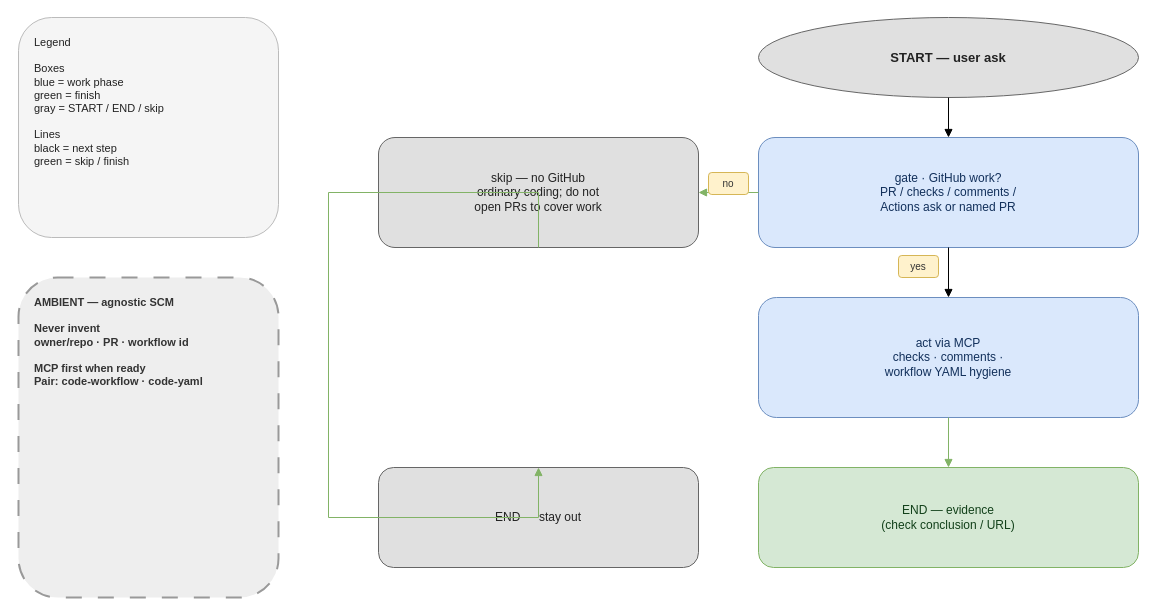
nodadyoushutup/marketplace keeps this draw.io diagram as plugins/github/docs/github-workflow.drawio. Above is the earlier version. Source tidied: cells renumbered, new cells numbered last; positions are measured from the earlier drawing's top-left corner, leaving out a move shared by most shapes. Both pictures are drawn from the tidied source at 100%, with x=0, y=0 at pixel (18, 17).
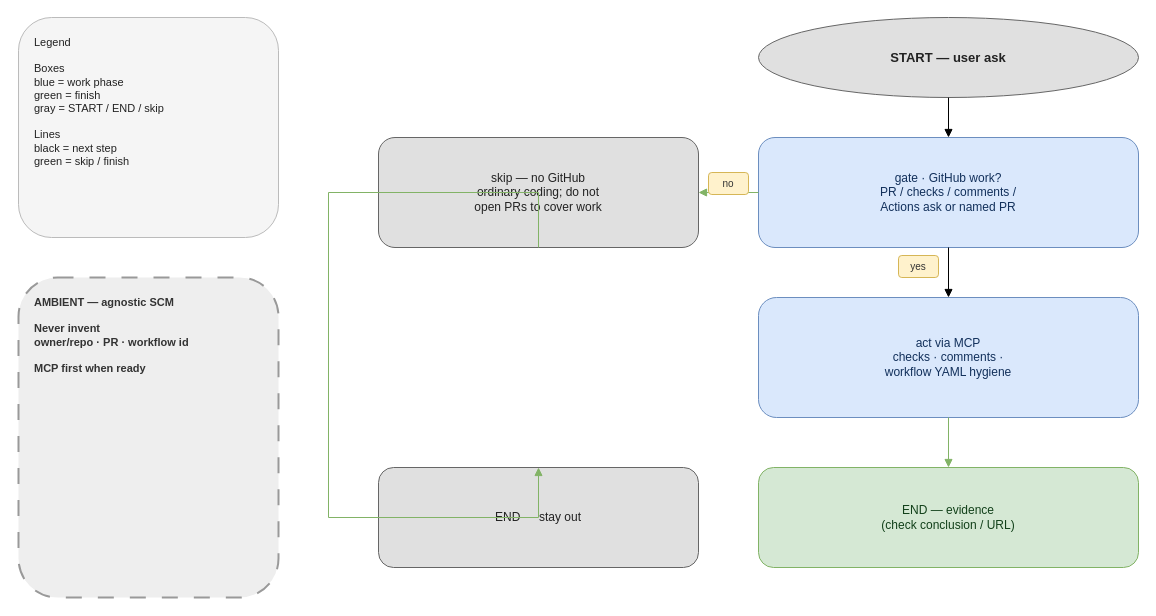
After the change.

The edit, as a diff of the source:
```diff
@@
 <mxGraphModel>
   <root>
     <mxCell id="0" />
     <mxCell id="1" parent="0" />
     <mxCell id="2" value="Legend&#10;&#10;Boxes&#10;blue = work phase&#10;green = finish&#10;gray = START / END / skip&#10;&#10;Lines&#10;black = next step&#10;green = skip / finish" style="rounded=1;whiteSpace=wrap;html=1;align=left;verticalAlign=top;spacingLeft=14;spacingRight=14;spacingTop=12;spacingBottom=12;fontSize=11;fillColor=#f5f5f5;strokeColor=#bbbbbb;fontColor=#222222;" parent="1" vertex="1">
       <mxGeometry width="260" height="220" as="geometry" />
     </mxCell>
-    <mxCell id="3" value="AMBIENT — agnostic SCM&#10;&#10;Never invent&#10;owner/repo · PR · workflow id&#10;&#10;MCP first when ready&#10;Pair: code-workflow · code-yaml" style="rounded=1;whiteSpace=wrap;html=1;dashed=1;dashPattern=8 8;align=left;verticalAlign=top;spacingLeft=14;spacingRight=14;spacingTop=12;spacingBottom=12;fontSize=11;fontStyle=1;fillColor=#eeeeee;strokeColor=#999999;strokeWidth=2;fontColor=#333333;" parent="1" vertex="1">
+    <mxCell id="3" value="AMBIENT — agnostic SCM&#10;&#10;Never invent&#10;owner/repo · PR · workflow id&#10;&#10;MCP first when ready&#10;" style="rounded=1;whiteSpace=wrap;html=1;dashed=1;dashPattern=8 8;align=left;verticalAlign=top;spacingLeft=14;spacingRight=14;spacingTop=12;spacingBottom=12;fontSize=11;fontStyle=1;fillColor=#eeeeee;strokeColor=#999999;strokeWidth=2;fontColor=#333333;" parent="1" vertex="1">
       <mxGeometry y="260" width="260" height="320" as="geometry" />
     </mxCell>
     <mxCell id="4" value="START — user ask" style="ellipse;whiteSpace=wrap;html=1;align=center;verticalAlign=middle;fontSize=13;fontStyle=1;fillColor=#e0e0e0;strokeColor=#666666;fontColor=#222222;" parent="1" vertex="1">
       <mxGeometry x="740" width="380" height="80" as="geometry" />
     </mxCell>
     <mxCell id="5" value="gate · GitHub work?&#10;PR / checks / comments /&#10;Actions ask or named PR" style="rounded=1;whiteSpace=wrap;html=1;align=center;verticalAlign=middle;spacingLeft=12;spacingRight=12;fontSize=12;fillColor=#dae8fc;strokeColor=#6c8ebf;fontColor=#12305B;" parent="1" vertex="1">
       <mxGeometry x="740" y="120" width="380" height="110" as="geometry" />
     </mxCell>
     <mxCell id="6" value="skip — no GitHub&#10;ordinary coding; do not&#10;open PRs to cover work" style="rounded=1;whiteSpace=wrap;html=1;align=center;verticalAlign=middle;spacingLeft=12;spacingRight=12;fontSize=12;fillColor=#e0e0e0;strokeColor=#666666;fontColor=#222222;" parent="1" vertex="1">
       <mxGeometry x="360" y="120" width="320" height="110" as="geometry" />
     </mxCell>
     <mxCell id="7" value="act via MCP&#10;checks · comments ·&#10;workflow YAML hygiene" style="rounded=1;whiteSpace=wrap;html=1;align=center;verticalAlign=middle;spacingLeft=12;spacingRight=12;fontSize=12;fillColor=#dae8fc;strokeColor=#6c8ebf;fontColor=#12305B;" parent="1" vertex="1">
       <mxGeometry x="740" y="280" width="380" height="120" as="geometry" />
     </mxCell>
     <mxCell id="8" value="END — evidence&#10;(check conclusion / URL)" style="rounded=1;whiteSpace=wrap;html=1;align=center;verticalAlign=middle;spacingLeft=12;spacingRight=12;fontSize=12;fillColor=#d5e8d4;strokeColor=#82b366;fontColor=#12401A;" parent="1" vertex="1">
       <mxGeometry x="740" y="450" width="380" height="100" as="geometry" />
     </mxCell>
     <mxCell id="9" value="END — stay out" style="rounded=1;whiteSpace=wrap;html=1;align=center;verticalAlign=middle;spacingLeft=12;spacingRight=12;fontSize=12;fillColor=#e0e0e0;strokeColor=#666666;fontColor=#222222;" parent="1" vertex="1">
       <mxGeometry x="360" y="450" width="320" height="100" as="geometry" />
     </mxCell>
     <mxCell id="10" style="edgeStyle=orthogonalEdgeStyle;rounded=0;html=1;endArrow=block;jumpStyle=arc;jumpSize=10;exitX=0.5;exitY=1;entryX=0.5;entryY=0;" parent="1" edge="1" source="4" target="5">
       <mxGeometry relative="1" as="geometry" />
     </mxCell>
     <mxCell id="11" style="edgeStyle=orthogonalEdgeStyle;rounded=0;html=1;endArrow=block;jumpStyle=arc;jumpSize=10;strokeColor=#82b366;exitX=0;exitY=0.5;entryX=1;entryY=0.5;" parent="1" edge="1" source="5" target="6">
       <mxGeometry relative="1" as="geometry" />
     </mxCell>
     <mxCell id="12" value="no" style="rounded=1;whiteSpace=wrap;html=1;align=center;verticalAlign=middle;fontSize=10;fillColor=#fff2cc;strokeColor=#d6b656;fontColor=#333333;" parent="1" vertex="1">
       <mxGeometry x="690" y="155" width="40" height="22" as="geometry" />
     </mxCell>
     <mxCell id="13" style="edgeStyle=orthogonalEdgeStyle;rounded=0;html=1;endArrow=block;jumpStyle=arc;jumpSize=10;exitX=0.5;exitY=1;entryX=0.5;entryY=0;" parent="1" edge="1" source="5" target="7">
       <mxGeometry relative="1" as="geometry" />
     </mxCell>
     <mxCell id="14" value="yes" style="rounded=1;whiteSpace=wrap;html=1;align=center;verticalAlign=middle;fontSize=10;fillColor=#fff2cc;strokeColor=#d6b656;fontColor=#333333;" parent="1" vertex="1">
       <mxGeometry x="880" y="238" width="40" height="22" as="geometry" />
     </mxCell>
     <mxCell id="15" style="edgeStyle=orthogonalEdgeStyle;rounded=0;html=1;endArrow=block;jumpStyle=arc;jumpSize=10;strokeColor=#82b366;exitX=0.5;exitY=1;entryX=0.5;entryY=0;" parent="1" edge="1" source="7" target="8">
       <mxGeometry relative="1" as="geometry" />
     </mxCell>
     <mxCell id="16" style="edgeStyle=orthogonalEdgeStyle;rounded=0;html=1;endArrow=block;jumpStyle=arc;jumpSize=10;strokeColor=#82b366;exitX=0.5;exitY=1;entryX=0.5;entryY=0;" parent="1" edge="1" source="6" target="9">
       <mxGeometry relative="1" as="geometry">
         <Array as="points">
           <mxPoint x="310" y="175" />
           <mxPoint x="310" y="500" />
         </Array>
       </mxGeometry>
     </mxCell>
   </root>
 </mxGraphModel>
```
